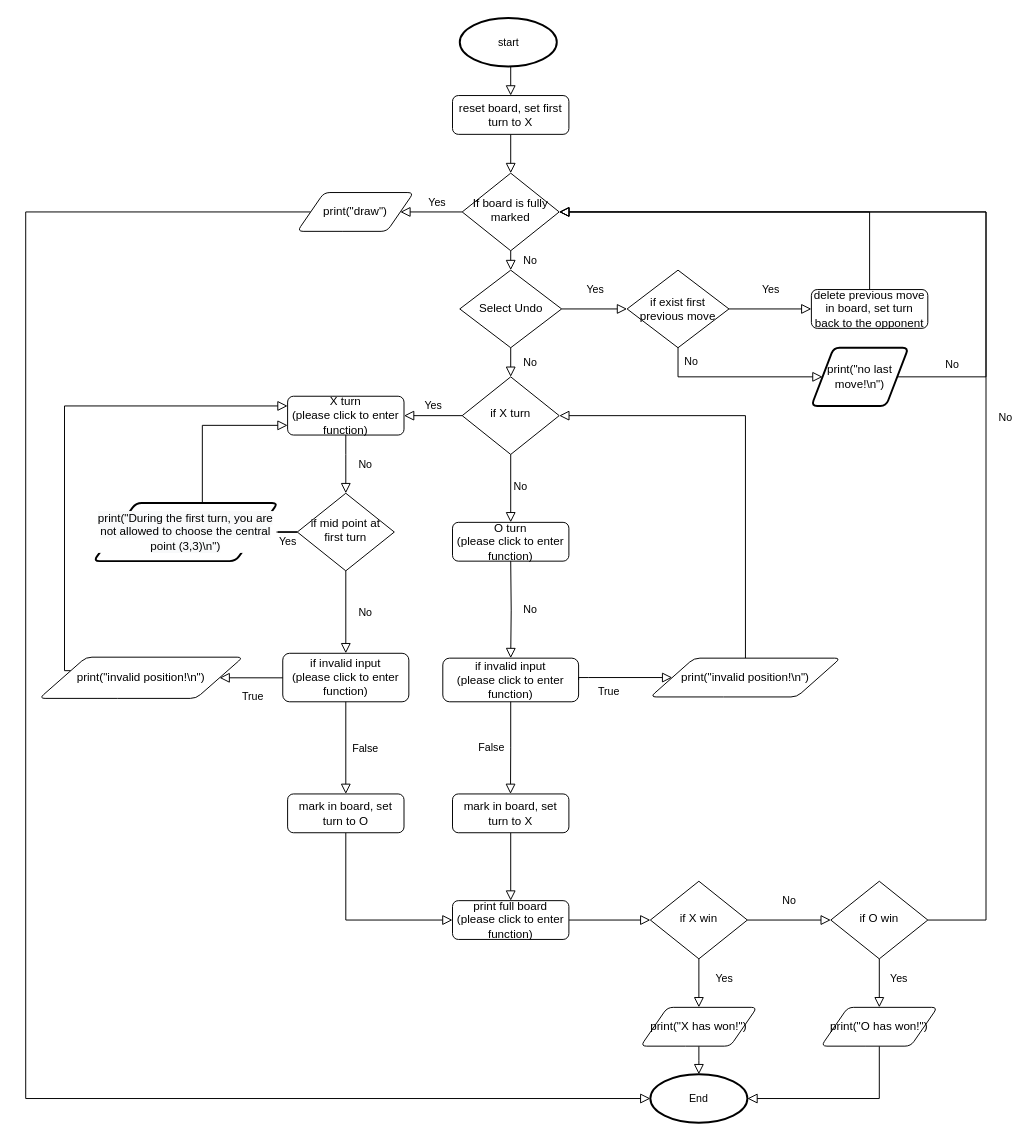
The draw.io diagram page "main page" (1 of 5) of flowchart_tictactoe.drawio in thanghoang7020202/tictactoe, before the edit. Source tidied: cells renumbered, new cells numbered last; positions are measured from the earlier drawing's top-left corner, leaving out a move shared by most shapes. Both pictures are drawn from the tidied source at 97%, with x=0, y=0 at pixel (25, 17).
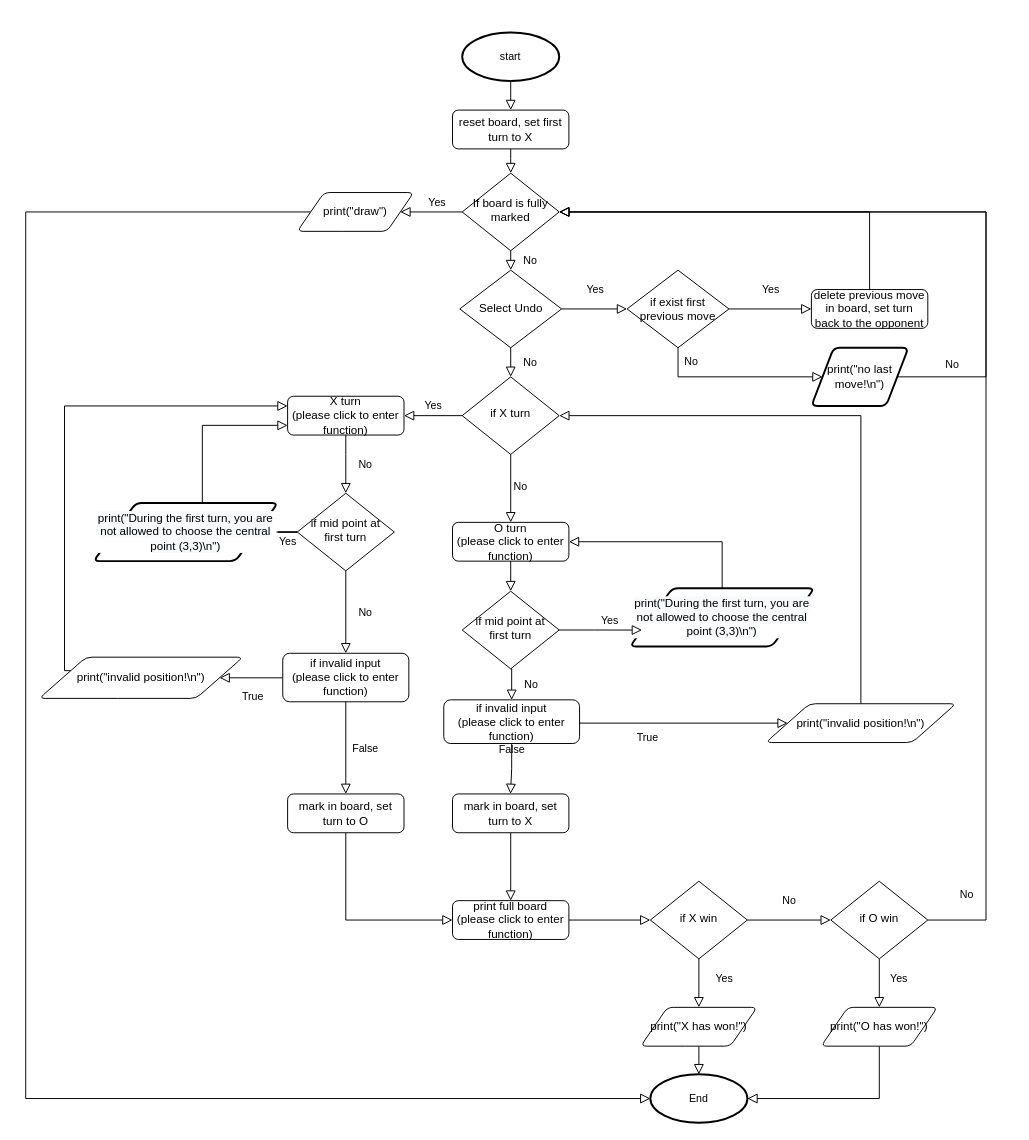
After the change.

Commit message (it also covers changes not shown here):
add prevention of both X and O turn in the mid point

Unchanged cells that the change refers to:
```xml
<mxCell id="5" value="&lt;span&gt;If board is fully marked&lt;/span&gt;" style="rhombus;whiteSpace=wrap;html=1;shadow=0;fontFamily=Helvetica;fontSize=12;align=center;strokeWidth=1;spacing=6;spacingTop=-4;" parent="1" vertex="1">
  <mxGeometry x="450" y="160" width="100" height="80" as="geometry" />
</mxCell>
<mxCell id="6" value="O turn&lt;br&gt;(please click to enter function)" style="rounded=1;whiteSpace=wrap;html=1;fontSize=12;glass=0;strokeWidth=1;shadow=0;" parent="1" vertex="1">
  <mxGeometry x="440" y="520" width="120" height="40" as="geometry" />
</mxCell>
<mxCell id="36" value="&lt;span&gt;if O win&lt;/span&gt;" style="rhombus;whiteSpace=wrap;html=1;shadow=0;fontFamily=Helvetica;fontSize=12;align=center;strokeWidth=1;spacing=6;spacingTop=-4;" parent="1" vertex="1">
  <mxGeometry x="830" y="890" width="100" height="80" as="geometry" />
</mxCell>
```

The edit, as a diff of the source:
```diff
@@
-    <mxCell id="2" style="rounded=0;html=1;jettySize=auto;fontSize=11;endArrow=block;endFill=0;endSize=8;strokeWidth=1;shadow=0;labelBackgroundColor=none;edgeStyle=orthogonalEdgeStyle;" parent="1" edge="1" source="3" target="5">
-      <mxGeometry relative="1" as="geometry" />
+    <mxCell id="2" style="rounded=0;html=1;jettySize=auto;fontSize=11;endArrow=block;endFill=0;endSize=8;strokeWidth=1;shadow=0;labelBackgroundColor=none;edgeStyle=orthogonalEdgeStyle;entryX=0.5;entryY=0;entryDx=0;entryDy=0;" parent="1" edge="1" source="3" target="5">
+      <mxGeometry relative="1" as="geometry">
+        <Array as="points">
+          <mxPoint x="500" y="145" />
+          <mxPoint x="500" y="145" />
+        </Array>
+      </mxGeometry>
     </mxCell>
     <mxCell id="3" value="reset board, set first turn to X" style="rounded=1;whiteSpace=wrap;html=1;fontSize=12;glass=0;strokeWidth=1;shadow=0;" parent="1" vertex="1">
-      <mxGeometry x="440" y="80" width="120" height="40" as="geometry" />
+      <mxGeometry x="440" y="95" width="120" height="40" as="geometry" />
     </mxCell>
@@
-    <mxCell id="30" value="No" style="rounded=0;html=1;jettySize=auto;fontSize=11;endArrow=block;endFill=0;endSize=8;strokeWidth=1;shadow=0;labelBackgroundColor=none;edgeStyle=orthogonalEdgeStyle;exitX=0.5;exitY=1;exitDx=0;exitDy=0;entryX=0.5;entryY=0;entryDx=0;entryDy=0;" parent="1" edge="1" target="33">
-      <mxGeometry y="20" relative="1" as="geometry">
-        <mxPoint x="500" y="560" as="sourcePoint" />
-      </mxGeometry>
-    </mxCell>
@@
     <mxCell id="33" value="&lt;span&gt;if invalid input&lt;br&gt;&lt;/span&gt;(please click to enter function)&lt;span&gt;&lt;br&gt;&lt;/span&gt;" style="rounded=1;whiteSpace=wrap;html=1;absoluteArcSize=1;arcSize=14;strokeWidth=1;shadow=0;fontFamily=Helvetica;fontSize=12;fontColor=rgb(0, 0, 0);align=center;strokeColor=rgb(0, 0, 0);fillColor=rgb(255, 255, 255);" parent="1" vertex="1">
-      <mxGeometry x="430" y="660" width="140" height="45" as="geometry" />
+      <mxGeometry x="431" y="703" width="140" height="45" as="geometry" />
     </mxCell>
@@
     <mxCell id="38" value="No" style="rounded=0;html=1;jettySize=auto;fontSize=11;endArrow=block;endFill=0;endSize=8;strokeWidth=1;shadow=0;labelBackgroundColor=none;edgeStyle=orthogonalEdgeStyle;exitX=1;exitY=0.5;exitDx=0;exitDy=0;entryX=1;entryY=0.5;entryDx=0;entryDy=0;" parent="1" edge="1" source="36" target="5">
-      <mxGeometry x="-0.06" y="-20" relative="1" as="geometry">
+      <mxGeometry x="-0.86" y="20" relative="1" as="geometry">
         <Array as="points">
           <mxPoint x="990" y="930" />
           <mxPoint x="990" y="200" />
         </Array>
       </mxGeometry>
     </mxCell>
@@
     <mxCell id="50" value="True" style="rounded=0;html=1;jettySize=auto;fontSize=11;endArrow=block;endFill=0;endSize=8;strokeWidth=1;shadow=0;labelBackgroundColor=none;edgeStyle=orthogonalEdgeStyle;exitX=1;exitY=0.5;exitDx=0;exitDy=0;entryX=0;entryY=0.5;entryDx=0;entryDy=0;" parent="1" edge="1" source="33" target="52">
       <mxGeometry x="-0.34" y="-15" relative="1" as="geometry">
         <Array as="points">
-          <mxPoint x="580" y="680" />
-          <mxPoint x="580" y="680" />
+          <mxPoint x="571" y="727" />
         </Array>
       </mxGeometry>
     </mxCell>
@@
     <mxCell id="52" value="print(&quot;&lt;span&gt;invalid position!\n&lt;/span&gt;&quot;)" style="shape=parallelogram;html=1;strokeWidth=1;perimeter=parallelogramPerimeter;whiteSpace=wrap;rounded=1;arcSize=12;size=0.23;shadow=0;fontFamily=Helvetica;fontSize=12;fontColor=rgb(0, 0, 0);align=center;strokeColor=rgb(0, 0, 0);fillColor=rgb(255, 255, 255);" parent="1" vertex="1">
-      <mxGeometry x="644" y="660" width="196" height="40" as="geometry" />
+      <mxGeometry x="763" y="707" width="196" height="40" as="geometry" />
     </mxCell>
@@
     <mxCell id="54" value="start" style="strokeWidth=2;html=1;shape=mxgraph.flowchart.start_1;whiteSpace=wrap;labelBackgroundColor=#FFFFFF;fontFamily=Helvetica;fontSize=11;fontColor=default;" parent="1" vertex="1">
-      <mxGeometry x="447.5" width="100" height="50" as="geometry" />
+      <mxGeometry x="450" y="15" width="100" height="50" as="geometry" />
     </mxCell>
@@
+    <mxCell id="61" value="&lt;span&gt;if mid point at first turn&lt;/span&gt;" style="rhombus;whiteSpace=wrap;html=1;shadow=0;fontFamily=Helvetica;fontSize=12;align=center;strokeWidth=1;spacing=6;spacingTop=-4;" parent="1" vertex="1">
+      <mxGeometry x="450" y="591" width="100" height="80" as="geometry" />
+    </mxCell>
+    <mxCell id="62" style="edgeStyle=orthogonalEdgeStyle;shape=connector;rounded=0;jettySize=auto;html=1;exitX=0.5;exitY=1;exitDx=0;exitDy=0;entryX=0.5;entryY=0;entryDx=0;entryDy=0;shadow=0;labelBackgroundColor=none;fontFamily=Helvetica;fontSize=11;fontColor=default;endArrow=block;endFill=0;endSize=8;strokeColor=default;strokeWidth=1;" parent="1" edge="1" source="6" target="61">
+      <mxGeometry relative="1" as="geometry" />
+    </mxCell>
+    <mxCell id="30" value="No" style="rounded=0;html=1;jettySize=auto;fontSize=11;endArrow=block;endFill=0;endSize=8;strokeWidth=1;shadow=0;labelBackgroundColor=none;edgeStyle=orthogonalEdgeStyle;exitX=0.5;exitY=1;exitDx=0;exitDy=0;entryX=0.5;entryY=0;entryDx=0;entryDy=0;" parent="1" edge="1" source="61" target="33">
+      <mxGeometry y="20" relative="1" as="geometry" />
+    </mxCell>
+    <mxCell id="63" value="&lt;span style=&quot;font-size: 12px ; background-color: rgb(248 , 249 , 250)&quot;&gt;print(&quot;During the first turn, you are not allowed to choose the central point (3,3)\n&quot;)&lt;/span&gt;" style="shape=parallelogram;html=1;strokeWidth=2;perimeter=parallelogramPerimeter;whiteSpace=wrap;rounded=1;arcSize=12;size=0.23;labelBackgroundColor=#FFFFFF;fontFamily=Helvetica;fontSize=11;fontColor=default;" parent="1" vertex="1">
+      <mxGeometry x="623" y="588" width="190" height="60" as="geometry" />
+    </mxCell>
+    <mxCell id="64" value="Yes" style="rounded=0;html=1;jettySize=auto;fontSize=11;endArrow=block;endFill=0;endSize=8;strokeWidth=1;shadow=0;labelBackgroundColor=none;edgeStyle=orthogonalEdgeStyle;exitX=1;exitY=0.5;exitDx=0;exitDy=0;entryX=0;entryY=0.75;entryDx=0;entryDy=0;" parent="1" edge="1" source="61" target="63">
+      <mxGeometry x="0.22" y="10" relative="1" as="geometry" />
+    </mxCell>
+    <mxCell id="65" style="edgeStyle=orthogonalEdgeStyle;shape=connector;rounded=0;jettySize=auto;html=1;exitX=0.5;exitY=0;exitDx=0;exitDy=0;entryX=1;entryY=0.5;entryDx=0;entryDy=0;shadow=0;labelBackgroundColor=none;fontFamily=Helvetica;fontSize=11;fontColor=default;endArrow=block;endFill=0;endSize=8;strokeColor=default;strokeWidth=1;" parent="1" edge="1" source="63" target="6">
+      <mxGeometry relative="1" as="geometry" />
+    </mxCell>
```
